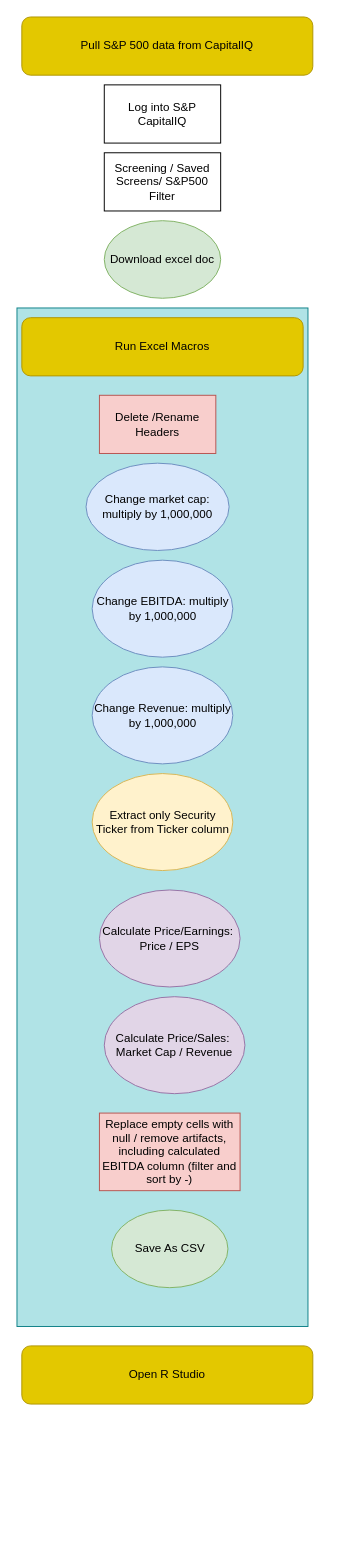
This is RPA_Finacial_Data_Pull.drawio from elohman/Business-Analytics-, a draw.io file, before an edit. Source tidied: cells renumbered, new cells numbered last; positions are measured from the earlier drawing's top-left corner, leaving out a move shared by most shapes. Both pictures are drawn from the tidied source at 97%, with x=0, y=0 at pixel (16, 16).
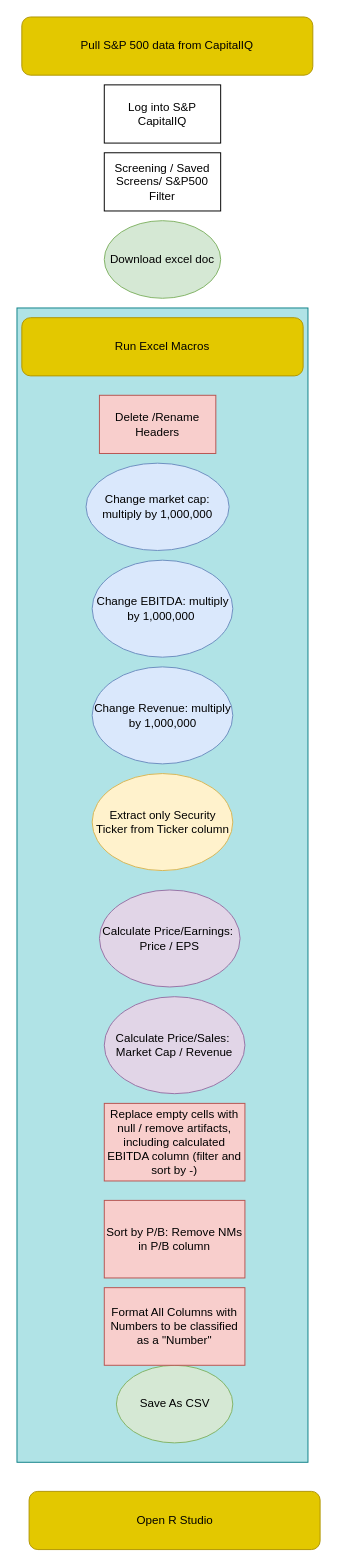
After the change.

Diff of the diagram source:
```diff
@@
 <mxGraphModel>
   <root>
     <mxCell id="0" />
     <mxCell id="1" parent="0" />
     <mxCell id="2" style="rounded=0;whiteSpace=wrap;html=1;fillColor=#b0e3e6;strokeColor=#0e8088;" parent="1" vertex="1">
-      <mxGeometry y="300" width="300" height="1050" as="geometry" />
+      <mxGeometry y="300" width="300" height="1190" as="geometry" />
     </mxCell>
     <mxCell id="3" value="Pull S&amp;amp;P 500 data from CapitalIQ" style="rounded=1;whiteSpace=wrap;html=1;fillColor=#e3c800;fontColor=#000000;strokeColor=#B09500;" parent="1" vertex="1">
       <mxGeometry x="5" width="300" height="60" as="geometry" />
     </mxCell>
     <mxCell id="4" value="Screening / Saved Screens/ S&amp;amp;P500 Filter" style="rounded=0;whiteSpace=wrap;html=1;" parent="1" vertex="1">
       <mxGeometry x="90" y="140" width="120" height="60" as="geometry" />
     </mxCell>
     <mxCell id="5" value="Download excel doc" style="ellipse;whiteSpace=wrap;html=1;fillColor=#d5e8d4;strokeColor=#82b366;" parent="1" vertex="1">
       <mxGeometry x="90" y="210" width="120" height="80" as="geometry" />
     </mxCell>
     <mxCell id="6" value="Delete /Rename Headers" style="rounded=0;whiteSpace=wrap;html=1;fillColor=#f8cecc;strokeColor=#b85450;" parent="1" vertex="1">
       <mxGeometry x="85" y="390" width="120" height="60" as="geometry" />
     </mxCell>
     <mxCell id="7" value="Change market cap: multiply by 1,000,000" style="ellipse;whiteSpace=wrap;html=1;fillColor=#dae8fc;strokeColor=#6c8ebf;" parent="1" vertex="1">
       <mxGeometry x="71.2" y="460" width="147.5" height="90" as="geometry" />
     </mxCell>
-    <mxCell id="8" value="Change EBITDA: multiply by 1,000,000" style="ellipse;whiteSpace=wrap;html=1;fillColor=#dae8fc;strokeColor=#6c8ebf;" parent="1" vertex="1">
+    <mxCell id="8" value="Change EBITDA: multiply by 1,000,000&amp;nbsp;" style="ellipse;whiteSpace=wrap;html=1;fillColor=#dae8fc;strokeColor=#6c8ebf;" parent="1" vertex="1">
       <mxGeometry x="77.5" y="560" width="145" height="100" as="geometry" />
     </mxCell>
     <mxCell id="9" value="Replace empty cells with null / remove artifacts, including calculated EBITDA column (filter and sort by -)" style="square;whiteSpace=wrap;html=1;fillColor=#f8cecc;strokeColor=#b85450;" parent="1" vertex="1">
-      <mxGeometry x="85" y="1130" width="145" height="80" as="geometry" />
+      <mxGeometry x="90" y="1120" width="145" height="80" as="geometry" />
     </mxCell>
     <mxCell id="10" value="Extract only Security Ticker from Ticker column" style="ellipse;whiteSpace=wrap;html=1;fillColor=#fff2cc;strokeColor=#d6b656;" parent="1" vertex="1">
       <mxGeometry x="77.5" y="780" width="145" height="100" as="geometry" />
     </mxCell>
     <mxCell id="11" value="Calculate Price/Earnings:&amp;nbsp;&lt;br&gt;Price / EPS" style="ellipse;whiteSpace=wrap;html=1;fillColor=#e1d5e7;strokeColor=#9673a6;" parent="1" vertex="1">
       <mxGeometry x="85" y="900" width="145" height="100" as="geometry" />
     </mxCell>
     <mxCell id="12" value="Calculate Price/Sales:&amp;nbsp;&lt;br&gt;Market Cap / Revenue" style="ellipse;whiteSpace=wrap;html=1;fillColor=#e1d5e7;strokeColor=#9673a6;" parent="1" vertex="1">
       <mxGeometry x="90" y="1010" width="145" height="100" as="geometry" />
     </mxCell>
     <mxCell id="13" value="Change Revenue: multiply by 1,000,000" style="ellipse;whiteSpace=wrap;html=1;fillColor=#dae8fc;strokeColor=#6c8ebf;" parent="1" vertex="1">
       <mxGeometry x="77.5" y="670" width="145" height="100" as="geometry" />
     </mxCell>
     <mxCell id="14" value="Save As CSV" style="ellipse;whiteSpace=wrap;html=1;fillColor=#d5e8d4;strokeColor=#82b366;" parent="1" vertex="1">
-      <mxGeometry x="97.5" y="1230" width="120" height="80" as="geometry" />
+      <mxGeometry x="102.5" y="1390" width="120" height="80" as="geometry" />
     </mxCell>
     <mxCell id="15" value="Run Excel Macros" style="rounded=1;whiteSpace=wrap;html=1;fillColor=#e3c800;strokeColor=#B09500;fontColor=#000000;" parent="1" vertex="1">
       <mxGeometry x="5" y="310" width="290" height="60" as="geometry" />
     </mxCell>
     <mxCell id="16" value="Log into S&amp;amp;P CapitalIQ" style="rounded=0;whiteSpace=wrap;html=1;" parent="1" vertex="1">
       <mxGeometry x="90" y="70" width="120" height="60" as="geometry" />
     </mxCell>
     <mxCell id="17" value="Open R Studio" style="rounded=1;whiteSpace=wrap;html=1;fillColor=#e3c800;fontColor=#000000;strokeColor=#B09500;" parent="1" vertex="1">
-      <mxGeometry x="5" y="1370" width="300" height="60" as="geometry" />
+      <mxGeometry x="12.5" y="1520" width="300" height="60" as="geometry" />
     </mxCell>
+    <mxCell id="18" value="Sort by P/B: Remove NMs in P/B column" style="square;whiteSpace=wrap;html=1;fillColor=#f8cecc;strokeColor=#b85450;" parent="1" vertex="1">
+      <mxGeometry x="90" y="1220" width="145" height="80" as="geometry" />
+    </mxCell>
+    <mxCell id="19" value="Format All Columns with Numbers to be classified as a &quot;Number&quot;" style="square;whiteSpace=wrap;html=1;fillColor=#f8cecc;strokeColor=#b85450;" parent="1" vertex="1">
+      <mxGeometry x="90" y="1310" width="145" height="80" as="geometry" />
+    </mxCell>
   </root>
 </mxGraphModel>
```
